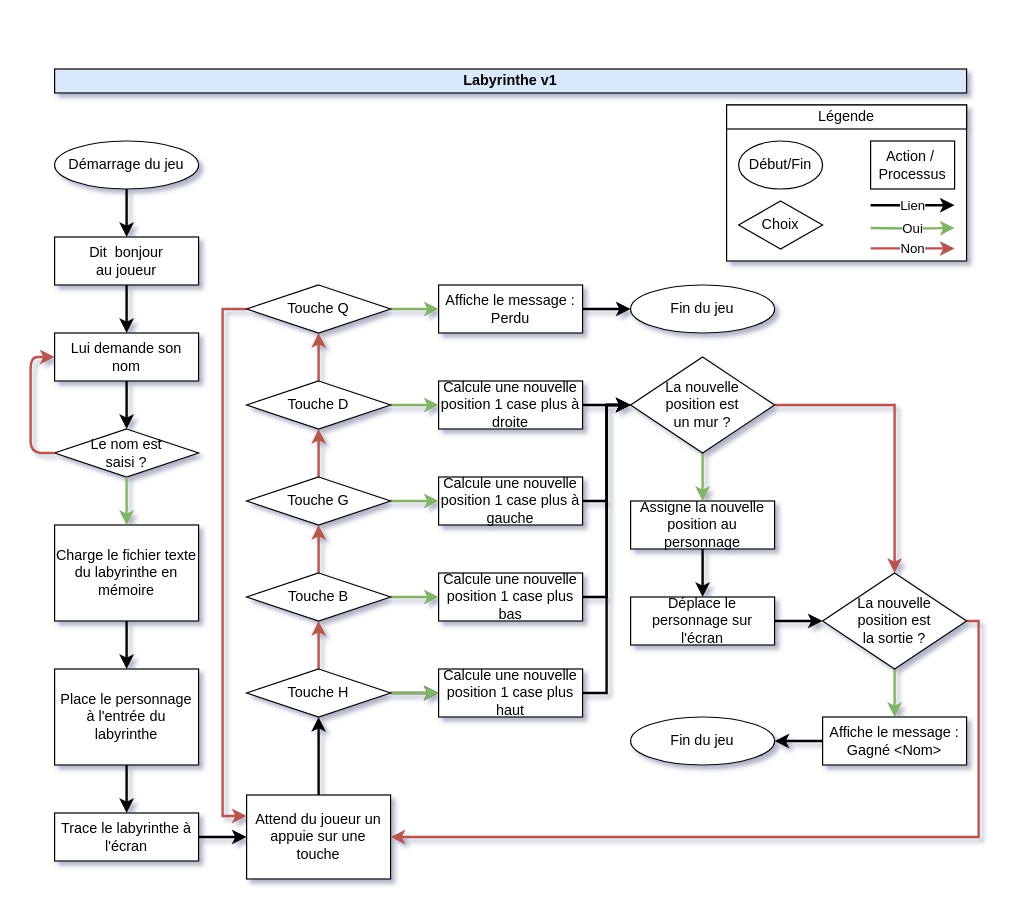
TheGoodBear/Python-3 keeps this draw.io diagram as Documents/Flow chart - Maze v1.drawio. Above is the earlier version. Source tidied: cells renumbered, new cells numbered last; positions are measured from the earlier drawing's top-left corner, leaving out a move shared by most shapes. Both pictures are drawn from the tidied source at 120%, with x=0, y=0 at pixel (30, 68).
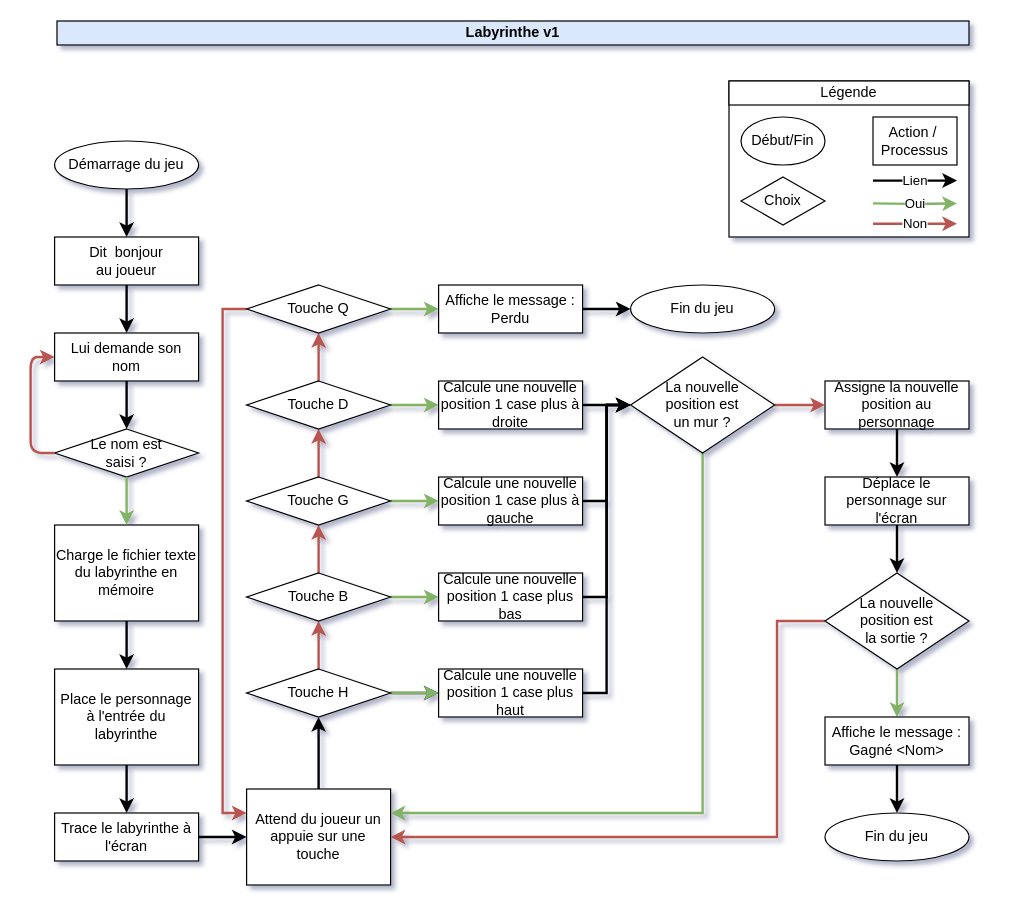
The same page after the edit.

The change refers to these unchanged cells:
```xml
<mxCell id="42" value="Touche Q" style="rhombus;whiteSpace=wrap;html=1;" parent="1" vertex="1">
  <mxGeometry x="180" y="180" width="120" height="40" as="geometry" />
</mxCell>
<mxCell id="51" value="La nouvelle&lt;br&gt;position est&lt;br&gt;un mur ?" style="rhombus;whiteSpace=wrap;html=1;" parent="1" vertex="1">
  <mxGeometry x="500" y="240" width="120" height="80" as="geometry" />
</mxCell>
```

Diff of the diagram source:
```diff
@@
     <mxCell id="18" value="Attend du joueur un appuie sur une touche" style="rounded=0;whiteSpace=wrap;html=1;" parent="1" vertex="1">
-      <mxGeometry x="180" y="605" width="120" height="70" as="geometry" />
+      <mxGeometry x="180" y="600" width="120" height="80" as="geometry" />
     </mxCell>
@@
     <mxCell id="41" style="edgeStyle=orthogonalEdgeStyle;rounded=0;jettySize=auto;html=1;entryX=0;entryY=0.25;entryDx=0;entryDy=0;strokeWidth=2;fillColor=#f8cecc;strokeColor=#b85450;" parent="1" edge="1" source="42" target="18">
       <mxGeometry relative="1" as="geometry">
         <Array as="points">
           <mxPoint x="160" y="200" />
-          <mxPoint x="160" y="623" />
+          <mxPoint x="160" y="620" />
         </Array>
       </mxGeometry>
     </mxCell>
@@
-    <mxCell id="46" style="edgeStyle=orthogonalEdgeStyle;rounded=0;jettySize=auto;html=1;entryX=0;entryY=0.5;entryDx=0;entryDy=0;strokeWidth=2;exitX=1;exitY=0.5;exitDx=0;exitDy=0;" parent="1" edge="1" source="59" target="54">
+    <mxCell id="46" style="edgeStyle=orthogonalEdgeStyle;rounded=0;jettySize=auto;html=1;entryX=0.5;entryY=0;entryDx=0;entryDy=0;strokeWidth=2;exitX=0.5;exitY=1;exitDx=0;exitDy=0;" parent="1" edge="1" source="59" target="54">
       <mxGeometry relative="1" as="geometry" />
     </mxCell>
-    <mxCell id="47" style="edgeStyle=orthogonalEdgeStyle;rounded=0;jettySize=auto;html=1;entryX=0.5;entryY=0;entryDx=0;entryDy=0;strokeWidth=2;" parent="1" edge="1" source="48" target="59">
+    <mxCell id="47" style="edgeStyle=orthogonalEdgeStyle;rounded=0;jettySize=auto;html=1;entryX=0.5;entryY=0;entryDx=0;entryDy=0;strokeWidth=2;exitX=0.5;exitY=1;exitDx=0;exitDy=0;" parent="1" edge="1" source="48" target="59">
       <mxGeometry relative="1" as="geometry" />
     </mxCell>
     <mxCell id="48" value="Assigne la nouvelle position au personnage" style="rounded=0;whiteSpace=wrap;html=1;" parent="1" vertex="1">
-      <mxGeometry x="500" y="360" width="120" height="40" as="geometry" />
+      <mxGeometry x="662" y="260" width="120" height="40" as="geometry" />
     </mxCell>
-    <mxCell id="49" style="edgeStyle=orthogonalEdgeStyle;rounded=0;jettySize=auto;html=1;entryX=0.5;entryY=0;entryDx=0;entryDy=0;strokeWidth=2;fillColor=#d5e8d4;strokeColor=#82b366;" parent="1" edge="1" source="51" target="48">
+    <mxCell id="49" style="edgeStyle=orthogonalEdgeStyle;rounded=0;jettySize=auto;html=1;entryX=0;entryY=0.5;entryDx=0;entryDy=0;strokeWidth=2;fillColor=#f8cecc;strokeColor=#b85450;" parent="1" edge="1" source="51" target="48">
       <mxGeometry relative="1" as="geometry" />
     </mxCell>
-    <mxCell id="50" style="edgeStyle=orthogonalEdgeStyle;rounded=0;jettySize=auto;html=1;entryX=0.5;entryY=0;entryDx=0;entryDy=0;strokeWidth=2;fillColor=#f8cecc;strokeColor=#b85450;" parent="1" edge="1" source="51" target="54">
+    <mxCell id="50" style="edgeStyle=orthogonalEdgeStyle;rounded=0;jettySize=auto;html=1;entryX=1;entryY=0.25;entryDx=0;entryDy=0;strokeWidth=2;fillColor=#d5e8d4;strokeColor=#82b366;exitX=0.5;exitY=1;exitDx=0;exitDy=0;" parent="1" edge="1" source="51" target="18">
       <mxGeometry relative="1" as="geometry" />
     </mxCell>
@@
+    <mxCell id="53" style="edgeStyle=orthogonalEdgeStyle;rounded=0;jettySize=auto;html=1;entryX=0.5;entryY=0;entryDx=0;entryDy=0;strokeWidth=2;fillColor=#d5e8d4;strokeColor=#82b366;" parent="1" edge="1" source="54" target="58">
+      <mxGeometry relative="1" as="geometry" />
+    </mxCell>
-    <mxCell id="52" style="edgeStyle=orthogonalEdgeStyle;rounded=0;jettySize=auto;html=1;entryX=1;entryY=0.5;entryDx=0;entryDy=0;strokeWidth=2;fillColor=#f8cecc;strokeColor=#b85450;exitX=1;exitY=0.5;exitDx=0;exitDy=0;" parent="1" edge="1" source="54" target="18">
+    <mxCell id="52" style="edgeStyle=orthogonalEdgeStyle;rounded=0;jettySize=auto;html=1;entryX=1;entryY=0.5;entryDx=0;entryDy=0;strokeWidth=2;fillColor=#f8cecc;strokeColor=#b85450;" parent="1" edge="1" source="54" target="18">
       <mxGeometry relative="1" as="geometry">
         <Array as="points">
-          <mxPoint x="790" y="460" />
-          <mxPoint x="790" y="640" />
+          <mxPoint x="622" y="460" />
+          <mxPoint x="622" y="640" />
         </Array>
       </mxGeometry>
     </mxCell>
-    <mxCell id="53" style="edgeStyle=orthogonalEdgeStyle;rounded=0;jettySize=auto;html=1;entryX=0.5;entryY=0;entryDx=0;entryDy=0;strokeWidth=2;fillColor=#d5e8d4;strokeColor=#82b366;" parent="1" edge="1" source="54" target="58">
-      <mxGeometry relative="1" as="geometry" />
-    </mxCell>
     <mxCell id="54" value="La nouvelle&lt;br&gt;position est&lt;br&gt;la sortie ?" style="rhombus;whiteSpace=wrap;html=1;" parent="1" vertex="1">
-      <mxGeometry x="660" y="420" width="120" height="80" as="geometry" />
+      <mxGeometry x="662" y="420" width="120" height="80" as="geometry" />
     </mxCell>
     <mxCell id="55" value="Fin du jeu" style="ellipse;whiteSpace=wrap;html=1;" parent="1" vertex="1">
-      <mxGeometry x="500" y="540" width="120" height="40" as="geometry" />
+      <mxGeometry x="662" y="620" width="120" height="40" as="geometry" />
     </mxCell>
@@
-    <mxCell id="57" style="edgeStyle=orthogonalEdgeStyle;rounded=0;jettySize=auto;html=1;entryX=1;entryY=0.5;entryDx=0;entryDy=0;strokeWidth=2;" parent="1" edge="1" source="58" target="55">
+    <mxCell id="57" style="edgeStyle=orthogonalEdgeStyle;rounded=0;jettySize=auto;html=1;entryX=0.5;entryY=0;entryDx=0;entryDy=0;strokeWidth=2;" parent="1" edge="1" source="58" target="55">
       <mxGeometry relative="1" as="geometry" />
     </mxCell>
     <mxCell id="58" value="Affiche le message :&lt;br&gt;Gagné &amp;lt;Nom&amp;gt;" style="rounded=0;whiteSpace=wrap;html=1;" parent="1" vertex="1">
-      <mxGeometry x="660" y="540" width="120" height="40" as="geometry" />
+      <mxGeometry x="662" y="540" width="120" height="40" as="geometry" />
     </mxCell>
     <mxCell id="59" value="Déplace le personnage sur l'écran" style="rounded=0;whiteSpace=wrap;html=1;" parent="1" vertex="1">
-      <mxGeometry x="500" y="440" width="120" height="40" as="geometry" />
+      <mxGeometry x="662" y="340" width="120" height="40" as="geometry" />
     </mxCell>
     <mxCell id="60" value="Labyrinthe v1" style="text;html=1;strokeColor=#000000;fillColor=#dae8fc;align=center;verticalAlign=middle;whiteSpace=wrap;rounded=0;fontStyle=1;" parent="1" vertex="1">
-      <mxGeometry x="20" width="760" height="20" as="geometry" />
+      <mxGeometry x="22" y="-40" width="760" height="20" as="geometry" />
     </mxCell>
     <mxCell id="61" style="rounded=0;whiteSpace=wrap;html=1;strokeColor=#000000;" parent="1" vertex="1">
-      <mxGeometry x="580" y="30" width="200" height="130" as="geometry" />
+      <mxGeometry x="582" y="10" width="200" height="130" as="geometry" />
     </mxCell>
     <mxCell id="62" value="Début/Fin" style="ellipse;whiteSpace=wrap;html=1;" parent="1" vertex="1">
-      <mxGeometry x="590" y="60" width="70" height="40" as="geometry" />
+      <mxGeometry x="592" y="40" width="70" height="40" as="geometry" />
     </mxCell>
     <mxCell id="63" value="Action /&amp;nbsp;&lt;br&gt;Processus" style="rounded=0;whiteSpace=wrap;html=1;" parent="1" vertex="1">
-      <mxGeometry x="700" y="60" width="70" height="40" as="geometry" />
+      <mxGeometry x="702" y="40" width="70" height="40" as="geometry" />
     </mxCell>
     <mxCell id="64" value="Choix" style="rhombus;whiteSpace=wrap;html=1;strokeColor=#000000;" parent="1" vertex="1">
-      <mxGeometry x="590" y="110" width="70" height="40" as="geometry" />
+      <mxGeometry x="592" y="90" width="70" height="40" as="geometry" />
     </mxCell>
     <mxCell id="65" value="Lien" style="endArrow=classic;html=1;strokeWidth=2;" parent="1" edge="1">
       <mxGeometry relative="1" as="geometry">
-        <mxPoint x="700" y="113.5" as="sourcePoint" />
-        <mxPoint x="770" y="113.5" as="targetPoint" />
+        <mxPoint x="702" y="93" as="sourcePoint" />
+        <mxPoint x="772" y="93" as="targetPoint" />
       </mxGeometry>
     </mxCell>
     <mxCell id="66" value="Légende" style="rounded=0;whiteSpace=wrap;html=1;strokeColor=#000000;" parent="1" vertex="1">
-      <mxGeometry x="580" y="30" width="200" height="20" as="geometry" />
+      <mxGeometry x="582" y="10" width="200" height="20" as="geometry" />
     </mxCell>
     <mxCell id="67" value="Oui" style="endArrow=classic;html=1;strokeWidth=2;fillColor=#d5e8d4;strokeColor=#82b366;" parent="1" edge="1">
       <mxGeometry relative="1" as="geometry">
-        <mxPoint x="700" y="132.5" as="sourcePoint" />
-        <mxPoint x="770" y="132.5" as="targetPoint" />
+        <mxPoint x="702" y="112" as="sourcePoint" />
+        <mxPoint x="772" y="112" as="targetPoint" />
         <Array as="points">
-          <mxPoint x="740" y="133" />
+          <mxPoint x="742" y="112.5" />
         </Array>
       </mxGeometry>
     </mxCell>
     <mxCell id="68" value="Non" style="endArrow=classic;html=1;strokeWidth=2;fillColor=#f8cecc;strokeColor=#b85450;" parent="1" edge="1">
       <mxGeometry relative="1" as="geometry">
-        <mxPoint x="700" y="149.5" as="sourcePoint" />
-        <mxPoint x="770" y="149.5" as="targetPoint" />
+        <mxPoint x="702" y="129" as="sourcePoint" />
+        <mxPoint x="772" y="129" as="targetPoint" />
       </mxGeometry>
     </mxCell>
```
